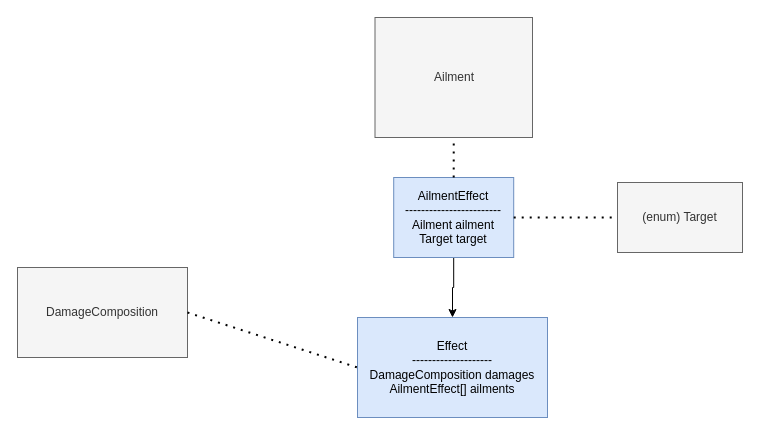
moretech1402/Unity-Scripts keeps this draw.io diagram as page "Effects" (5 of 7) of workflows/Inventory,Skills & Effects.drawio. Above is the earlier version. Source tidied: cells renumbered, new cells numbered last; positions are measured from the earlier drawing's top-left corner, leaving out a move shared by most shapes. Both pictures are drawn from the tidied source at 100%, with x=0, y=0 at pixel (17, 17).
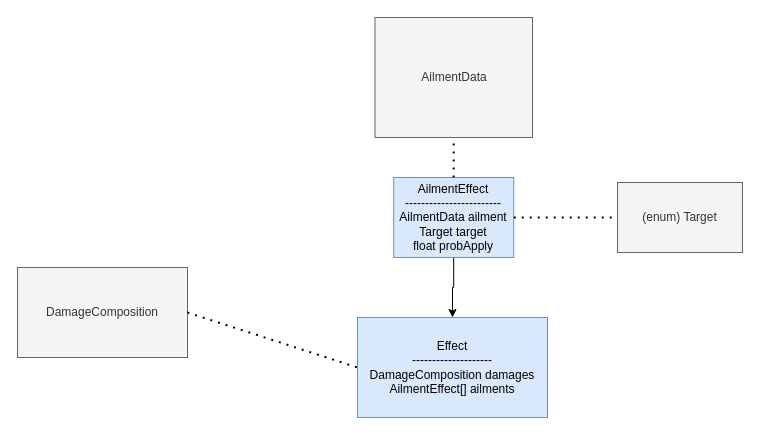
After the change.

What changed in the source:
```diff
@@
 <mxGraphModel>
   <root>
     <mxCell id="0" />
     <mxCell id="1" parent="0" />
     <mxCell id="2" value="Effect&lt;div&gt;--------------------&lt;/div&gt;&lt;div&gt;DamageComposition damages&lt;/div&gt;&lt;div&gt;AilmentEffect[] ailments&lt;/div&gt;" style="rounded=0;whiteSpace=wrap;html=1;fillColor=#dae8fc;strokeColor=#6c8ebf;" parent="1" vertex="1">
       <mxGeometry x="340" y="300" width="190" height="100" as="geometry" />
     </mxCell>
     <mxCell id="3" style="edgeStyle=orthogonalEdgeStyle;rounded=0;jettySize=auto;html=1;entryX=0.5;entryY=0;entryDx=0;entryDy=0;" parent="1" edge="1" source="4" target="2">
       <mxGeometry relative="1" as="geometry" />
     </mxCell>
-    <mxCell id="4" value="AilmentEffect&lt;div&gt;------------------------&lt;/div&gt;&lt;div&gt;Ailment ailment&lt;/div&gt;&lt;div&gt;Target target&lt;/div&gt;" style="rounded=0;whiteSpace=wrap;html=1;fillColor=#dae8fc;strokeColor=#6c8ebf;" parent="1" vertex="1">
+    <mxCell id="4" value="AilmentEffect&lt;div&gt;------------------------&lt;/div&gt;&lt;div&gt;AilmentData ailment&lt;/div&gt;&lt;div&gt;Target target&lt;/div&gt;&lt;div&gt;float probApply&lt;/div&gt;" style="rounded=0;whiteSpace=wrap;html=1;fillColor=#dae8fc;strokeColor=#6c8ebf;" parent="1" vertex="1">
       <mxGeometry x="376.2" y="160" width="120" height="80" as="geometry" />
     </mxCell>
-    <mxCell id="5" value="Ailment" style="rounded=0;whiteSpace=wrap;html=1;fillColor=#f5f5f5;strokeColor=#666666;fontColor=#333333;" parent="1" vertex="1">
+    <mxCell id="5" value="AilmentData" style="rounded=0;whiteSpace=wrap;html=1;fillColor=#f5f5f5;strokeColor=#666666;fontColor=#333333;" parent="1" vertex="1">
       <mxGeometry x="357.5" width="157.5" height="120" as="geometry" />
     </mxCell>
     <mxCell id="6" value="DamageComposition" style="rounded=0;whiteSpace=wrap;html=1;fillColor=#f5f5f5;strokeColor=#666666;fontColor=#333333;" parent="1" vertex="1">
       <mxGeometry y="250" width="170" height="90" as="geometry" />
     </mxCell>
     <mxCell id="7" style="endArrow=none;dashed=1;html=1;dashPattern=1 3;strokeWidth=2;rounded=0;exitX=1;exitY=0.5;exitDx=0;exitDy=0;entryX=0;entryY=0.5;entryDx=0;entryDy=0;" parent="1" edge="1" source="6" target="2">
       <mxGeometry relative="1" as="geometry" />
     </mxCell>
     <mxCell id="8" style="endArrow=none;dashed=1;html=1;dashPattern=1 3;strokeWidth=2;rounded=0;entryX=0.5;entryY=1;entryDx=0;entryDy=0;exitX=0.5;exitY=0;exitDx=0;exitDy=0;" parent="1" edge="1" source="4" target="5">
       <mxGeometry relative="1" as="geometry" />
     </mxCell>
     <mxCell id="9" value="(enum) Target" style="rounded=0;whiteSpace=wrap;html=1;fillColor=#f5f5f5;strokeColor=#666666;fontColor=#333333;" parent="1" vertex="1">
       <mxGeometry x="600" y="165" width="125" height="70" as="geometry" />
     </mxCell>
     <mxCell id="10" style="endArrow=none;dashed=1;html=1;dashPattern=1 3;strokeWidth=2;rounded=0;entryX=0;entryY=0.5;entryDx=0;entryDy=0;exitX=1;exitY=0.5;exitDx=0;exitDy=0;" parent="1" edge="1" source="4" target="9">
       <mxGeometry relative="1" as="geometry" />
     </mxCell>
   </root>
 </mxGraphModel>
```
